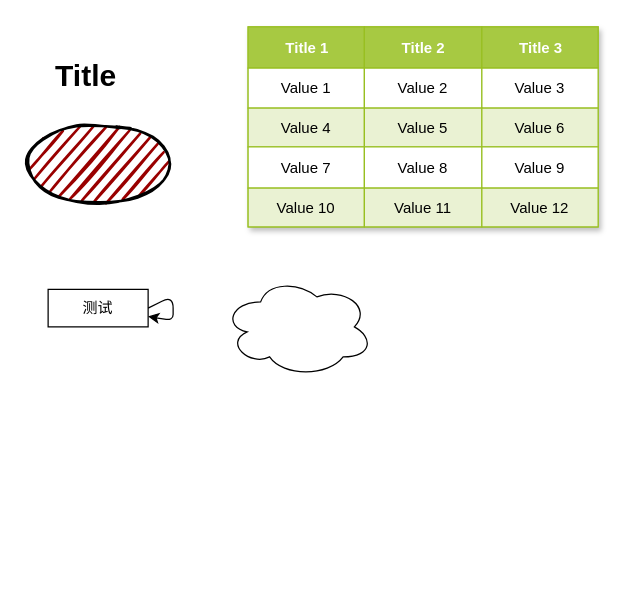
This is datastruct_learn/figure/figureTest.drawio from hantwofish/my_leetcode, a draw.io file, before an edit. Source tidied: cells renumbered, new cells numbered last; positions are measured from the earlier drawing's top-left corner, leaving out a move shared by most shapes. Both pictures are drawn from the tidied source at 125%, with x=0, y=0 at pixel (22, 26).
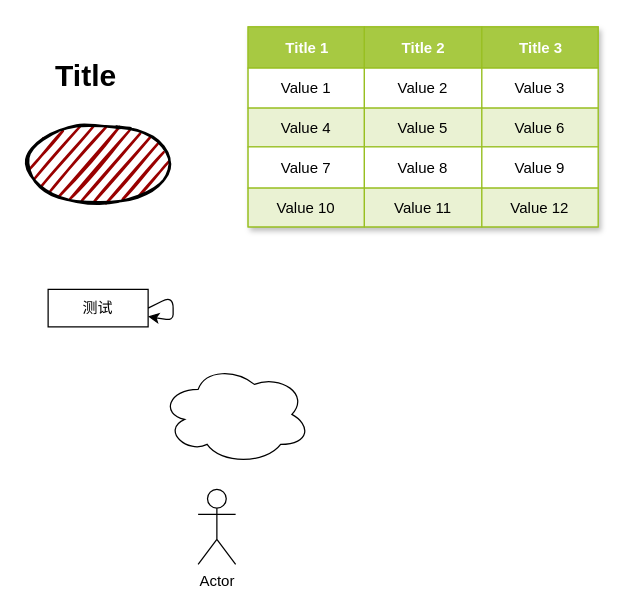
Above is the later version.

Change to the diagram source:
```diff
@@
     <mxCell id="27" style="ellipse;shape=cloud;whiteSpace=wrap;html=1;" parent="1" vertex="1">
-      <mxGeometry x="160" y="200" width="120" height="80" as="geometry" />
+      <mxGeometry x="110" y="270" width="120" height="80" as="geometry" />
     </mxCell>
+    <mxCell id="28" value="Actor" style="shape=umlActor;verticalLabelPosition=bottom;verticalAlign=top;html=1;" parent="1" vertex="1">
+      <mxGeometry x="140" y="370" width="30" height="60" as="geometry" />
+    </mxCell>
```
